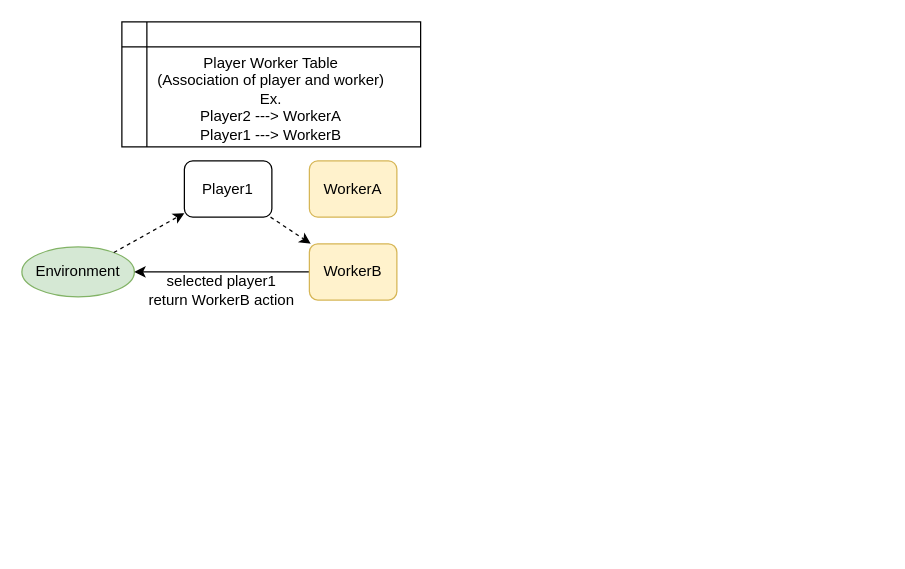
Earlier version of the draw.io diagram page "multiplay" (3 of 3) of diagrams/overview.drawio (pocokhc/simple_distributed_rl). Source tidied: cells renumbered, new cells numbered last; positions are measured from the earlier drawing's top-left corner, leaving out a move shared by most shapes. Both pictures are drawn from the tidied source at 125%, with x=0, y=0 at pixel (21, 21).
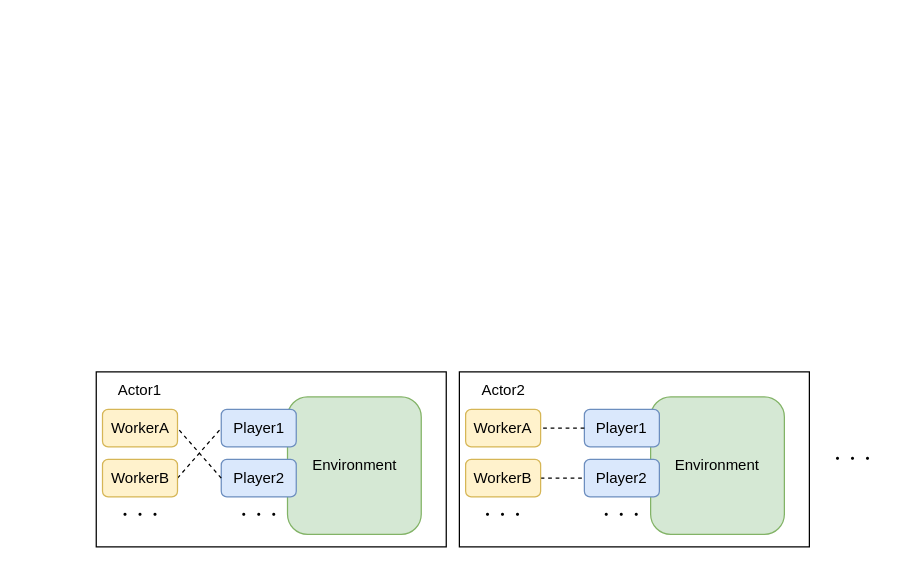
The same diagram, later.

The edit, as a diff of the source:
```diff
@@
-    <mxCell id="2" value="Environment" style="ellipse;whiteSpace=wrap;html=1;fillColor=#d5e8d4;strokeColor=#82b366;" parent="1" vertex="1">
-      <mxGeometry y="180" width="90" height="40" as="geometry" />
-    </mxCell>
-    <mxCell id="3" value="WorkerA" style="rounded=1;whiteSpace=wrap;html=1;fillColor=#fff2cc;strokeColor=#d6b656;" parent="1" vertex="1">
-      <mxGeometry x="230" y="111.2" width="70" height="45" as="geometry" />
-    </mxCell>
-    <mxCell id="4" value="selected player1&lt;br&gt;return WorkerB action" style="text;html=1;strokeColor=none;fillColor=none;align=center;verticalAlign=middle;whiteSpace=wrap;rounded=0;" parent="1" vertex="1">
-      <mxGeometry x="90" y="200" width="140" height="30" as="geometry" />
-    </mxCell>
-    <mxCell id="5" style="rounded=0;jettySize=auto;html=1;dashed=1;" parent="1" edge="1" source="7" target="9">
-      <mxGeometry relative="1" as="geometry" />
-    </mxCell>
-    <mxCell id="6" style="edgeStyle=none;rounded=0;jettySize=auto;html=1;dashed=1;" parent="1" edge="1" source="2" target="7">
-      <mxGeometry relative="1" as="geometry" />
-    </mxCell>
-    <mxCell id="7" value="Player1" style="rounded=1;whiteSpace=wrap;html=1;" parent="1" vertex="1">
-      <mxGeometry x="130" y="111.2" width="70" height="45" as="geometry" />
-    </mxCell>
-    <mxCell id="8" style="rounded=0;jettySize=auto;html=1;" parent="1" edge="1" source="9" target="2">
-      <mxGeometry relative="1" as="geometry" />
-    </mxCell>
-    <mxCell id="9" value="WorkerB" style="rounded=1;whiteSpace=wrap;html=1;fillColor=#fff2cc;strokeColor=#d6b656;" parent="1" vertex="1">
-      <mxGeometry x="230" y="177.5" width="70" height="45" as="geometry" />
-    </mxCell>
-    <mxCell id="10" value="Player Worker Table&lt;br&gt;(Association of player and worker)&lt;br&gt;Ex.&lt;br&gt;Player2 ---&amp;gt; WorkerA&lt;br&gt;Player1 ---&amp;gt; WorkerB" style="shape=internalStorage;whiteSpace=wrap;html=1;backgroundOutline=1;verticalAlign=bottom;" parent="1" vertex="1">
-      <mxGeometry x="80" width="239" height="100" as="geometry" />
-    </mxCell>
+    <mxCell id="11" style="rounded=0;whiteSpace=wrap;html=1;" parent="1" vertex="1">
+      <mxGeometry x="59.5" y="280" width="280" height="140" as="geometry" />
+    </mxCell>
+    <mxCell id="12" value="WorkerA" style="rounded=1;whiteSpace=wrap;html=1;fillColor=#fff2cc;strokeColor=#d6b656;" parent="1" vertex="1">
+      <mxGeometry x="64.5" y="310" width="60" height="30" as="geometry" />
+    </mxCell>
+    <mxCell id="13" value="Actor1" style="text;html=1;strokeColor=none;fillColor=none;align=center;verticalAlign=middle;whiteSpace=wrap;rounded=0;" parent="1" vertex="1">
+      <mxGeometry x="52" y="280" width="85" height="30" as="geometry" />
+    </mxCell>
+    <mxCell id="14" value="Environment" style="rounded=1;whiteSpace=wrap;html=1;fillColor=#d5e8d4;strokeColor=#82b366;" parent="1" vertex="1">
+      <mxGeometry x="212.5" y="300" width="107" height="110" as="geometry" />
+    </mxCell>
+    <mxCell id="15" value="Player1" style="rounded=1;whiteSpace=wrap;html=1;fillColor=#dae8fc;strokeColor=#6c8ebf;" parent="1" vertex="1">
+      <mxGeometry x="159.5" y="310" width="60" height="30" as="geometry" />
+    </mxCell>
+    <mxCell id="16" style="rounded=0;jettySize=auto;html=1;exitX=1;exitY=0.5;exitDx=0;exitDy=0;entryX=0;entryY=0.5;entryDx=0;entryDy=0;endArrow=none;endFill=0;dashed=1;" parent="1" edge="1" source="17" target="15">
+      <mxGeometry relative="1" as="geometry" />
+    </mxCell>
+    <mxCell id="17" value="WorkerB" style="rounded=1;whiteSpace=wrap;html=1;fillColor=#fff2cc;strokeColor=#d6b656;" parent="1" vertex="1">
+      <mxGeometry x="64.5" y="350" width="60" height="30" as="geometry" />
+    </mxCell>
+    <mxCell id="18" value="Player2" style="rounded=1;whiteSpace=wrap;html=1;fillColor=#dae8fc;strokeColor=#6c8ebf;" parent="1" vertex="1">
+      <mxGeometry x="159.5" y="350" width="60" height="30" as="geometry" />
+    </mxCell>
+    <mxCell id="19" value="・・・" style="text;html=1;strokeColor=none;fillColor=none;align=center;verticalAlign=middle;whiteSpace=wrap;rounded=0;" parent="1" vertex="1">
+      <mxGeometry x="164.5" y="380" width="50" height="30" as="geometry" />
+    </mxCell>
+    <mxCell id="20" value="・・・" style="text;html=1;strokeColor=none;fillColor=none;align=center;verticalAlign=middle;whiteSpace=wrap;rounded=0;" parent="1" vertex="1">
+      <mxGeometry x="69.5" y="380" width="50" height="30" as="geometry" />
+    </mxCell>
+    <mxCell id="21" style="rounded=0;jettySize=auto;html=1;exitX=0;exitY=0.5;exitDx=0;exitDy=0;entryX=1;entryY=0.5;entryDx=0;entryDy=0;endArrow=none;endFill=0;dashed=1;" parent="1" edge="1" source="18" target="12">
+      <mxGeometry relative="1" as="geometry" />
+    </mxCell>
+    <mxCell id="22" style="rounded=0;whiteSpace=wrap;html=1;" parent="1" vertex="1">
+      <mxGeometry x="350" y="280" width="280" height="140" as="geometry" />
+    </mxCell>
+    <mxCell id="23" value="WorkerA" style="rounded=1;whiteSpace=wrap;html=1;fillColor=#fff2cc;strokeColor=#d6b656;" parent="1" vertex="1">
+      <mxGeometry x="355" y="310" width="60" height="30" as="geometry" />
+    </mxCell>
+    <mxCell id="24" value="Actor2" style="text;html=1;strokeColor=none;fillColor=none;align=center;verticalAlign=middle;whiteSpace=wrap;rounded=0;" parent="1" vertex="1">
+      <mxGeometry x="342.5" y="280" width="85" height="30" as="geometry" />
+    </mxCell>
+    <mxCell id="25" value="Environment" style="rounded=1;whiteSpace=wrap;html=1;fillColor=#d5e8d4;strokeColor=#82b366;" parent="1" vertex="1">
+      <mxGeometry x="503" y="300" width="107" height="110" as="geometry" />
+    </mxCell>
+    <mxCell id="26" value="Player1" style="rounded=1;whiteSpace=wrap;html=1;fillColor=#dae8fc;strokeColor=#6c8ebf;" parent="1" vertex="1">
+      <mxGeometry x="450" y="310" width="60" height="30" as="geometry" />
+    </mxCell>
+    <mxCell id="27" style="rounded=0;jettySize=auto;html=1;exitX=1;exitY=0.5;exitDx=0;exitDy=0;entryX=0;entryY=0.5;entryDx=0;entryDy=0;endArrow=none;endFill=0;dashed=1;" parent="1" edge="1" source="28" target="29">
+      <mxGeometry relative="1" as="geometry" />
+    </mxCell>
+    <mxCell id="28" value="WorkerB" style="rounded=1;whiteSpace=wrap;html=1;fillColor=#fff2cc;strokeColor=#d6b656;" parent="1" vertex="1">
+      <mxGeometry x="355" y="350" width="60" height="30" as="geometry" />
+    </mxCell>
+    <mxCell id="29" value="Player2" style="rounded=1;whiteSpace=wrap;html=1;fillColor=#dae8fc;strokeColor=#6c8ebf;" parent="1" vertex="1">
+      <mxGeometry x="450" y="350" width="60" height="30" as="geometry" />
+    </mxCell>
+    <mxCell id="30" value="・・・" style="text;html=1;strokeColor=none;fillColor=none;align=center;verticalAlign=middle;whiteSpace=wrap;rounded=0;" parent="1" vertex="1">
+      <mxGeometry x="455" y="380" width="50" height="30" as="geometry" />
+    </mxCell>
+    <mxCell id="31" value="・・・" style="text;html=1;strokeColor=none;fillColor=none;align=center;verticalAlign=middle;whiteSpace=wrap;rounded=0;" parent="1" vertex="1">
+      <mxGeometry x="360" y="380" width="50" height="30" as="geometry" />
+    </mxCell>
+    <mxCell id="32" style="rounded=0;jettySize=auto;html=1;exitX=0;exitY=0.5;exitDx=0;exitDy=0;entryX=1;entryY=0.5;entryDx=0;entryDy=0;endArrow=none;endFill=0;dashed=1;" parent="1" edge="1" source="26" target="23">
+      <mxGeometry relative="1" as="geometry" />
+    </mxCell>
+    <mxCell id="33" value="・・・" style="text;html=1;strokeColor=none;fillColor=none;align=center;verticalAlign=middle;whiteSpace=wrap;rounded=0;" parent="1" vertex="1">
+      <mxGeometry x="640" y="335" width="50" height="30" as="geometry" />
+    </mxCell>
```
